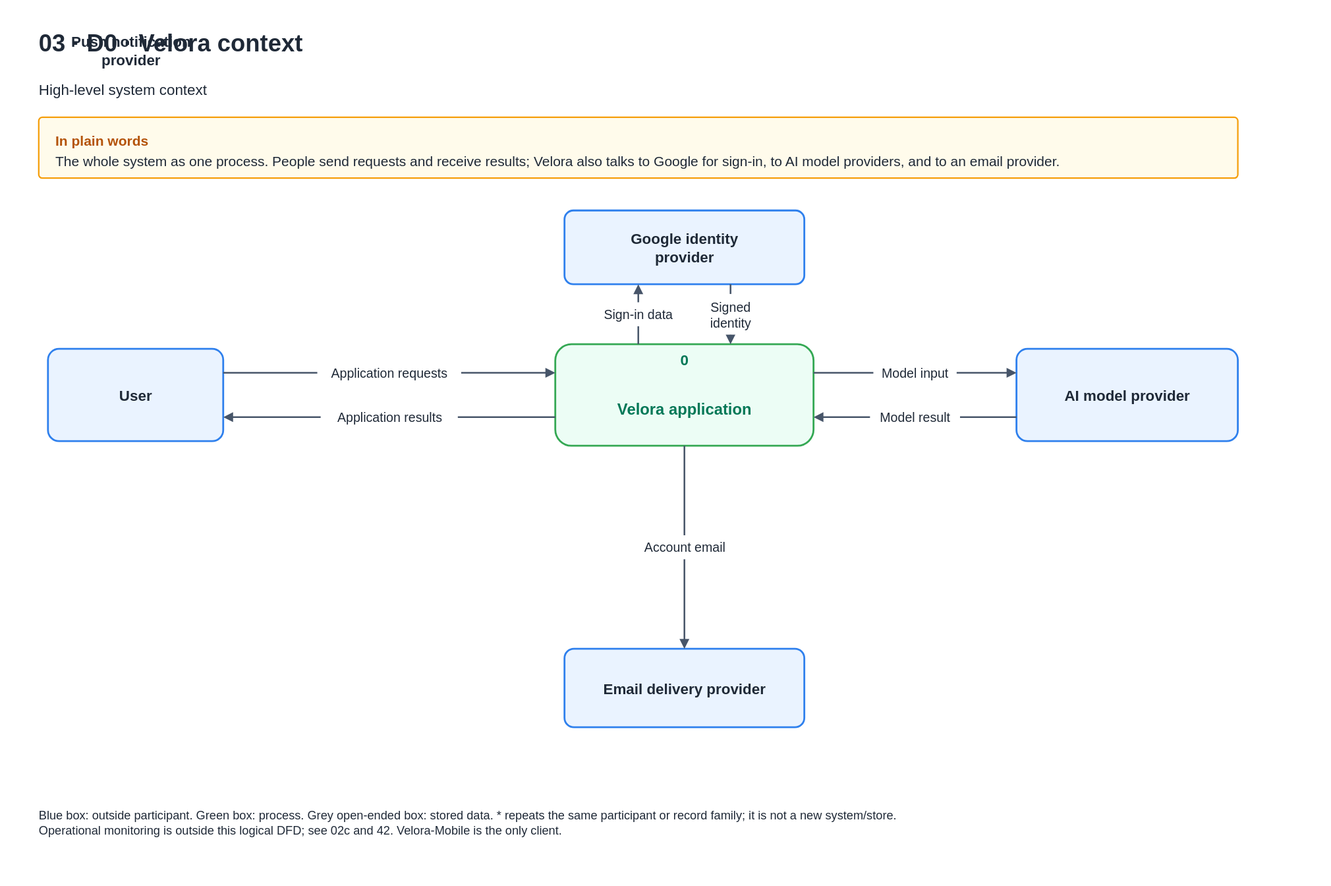
HieuCuteDangYeu/velora-backend keeps this draw.io diagram as docs/diagrams/velora-current/importable-svg/03-dfd-context.drawio.svg. Above is the earlier version. Source tidied: cells renumbered, new cells last; positions are measured from the earlier drawing's top-left corner, leaving out a move shared by most shapes.
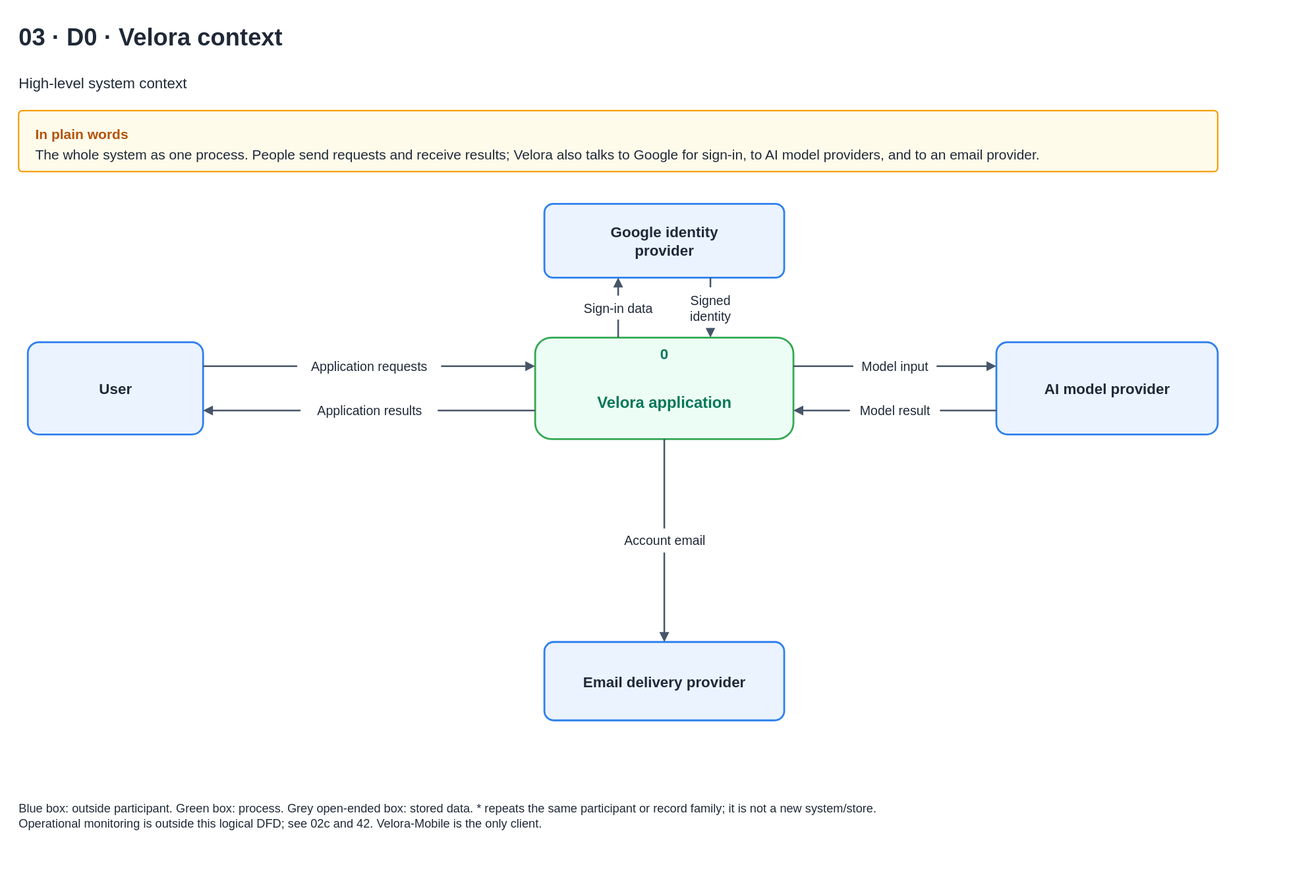
After the commit.

Commit message:
docs(diagrams): remove a stray label on the context DFD and untangle the identity ER page

Change to the diagram source:
```diff
@@ -98,9 +98,6 @@
     <mxCell id="33" value="Account email" style="text;html=1;whiteSpace=wrap;fontFamily=Helvetica;fontSize=14;fontColor=#1F2937;fontStyle=0;align=center;verticalAlign=middle;spacing=0;" parent="1" vertex="1">
       <mxGeometry x="669.5" y="560" width="104.9" height="26" as="geometry" />
     </mxCell>
-    <mxCell id="34" value="Push notification&lt;br&gt;provider" style="text;html=1;whiteSpace=wrap;fontFamily=Helvetica;fontSize=16;fontColor=#1F2937;fontStyle=1;align=center;verticalAlign=middle;spacing=0;" parent="x" vertex="1">
-      <mxGeometry x="8" y="8" width="244" height="69" as="geometry" />
-    </mxCell>
     <mxCell id="35" style="fillColor=#ffffff;strokeColor=none;" parent="1" vertex="1">
       <mxGeometry x="324" y="371" width="156" height="26" as="geometry" />
     </mxCell>
```
